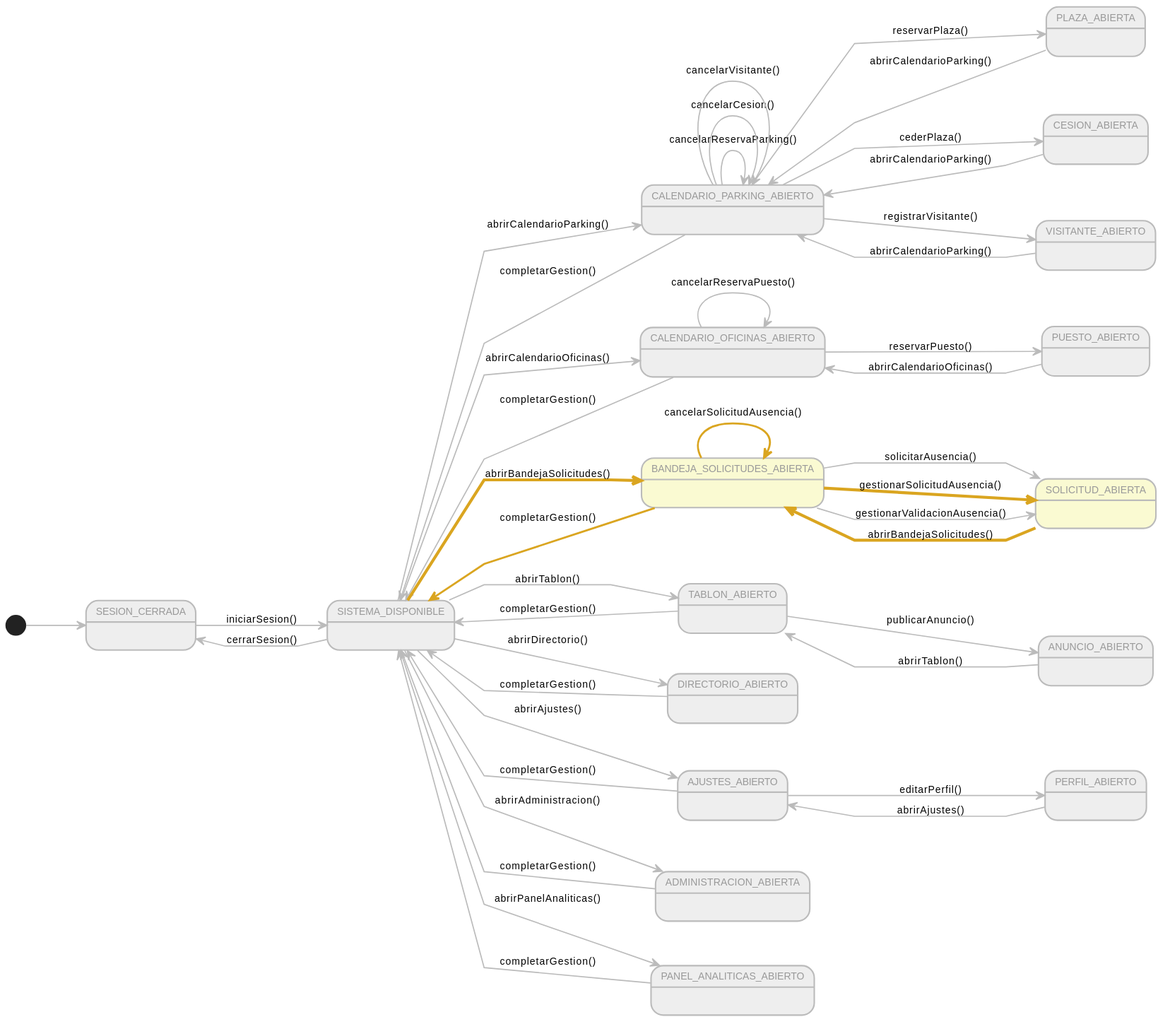
lostal/seven-suite keeps this PlantUML diagram as modelosUML/svg/contextoSolicitud.svg. Above is the earlier version. Source of this version:
```plantuml
@startuml
left to right direction
skinparam linetype polyline
skinparam defaultFontName Arial
skinparam defaultFontSize 10
skinparam stateBorderThickness 1.5
skinparam arrowThickness 1.2
skinparam arrowColor #BBBBBB
skinparam stateBackgroundColor #EEEEEE
skinparam stateBorderColor #BBBBBB
skinparam stateFontColor #999999

state "SESION_CERRADA" as SinAuth #EEEEEE
state "SISTEMA_DISPONIBLE" as Menu #EEEEEE

state "CALENDARIO_PARKING_ABIERTO" as CalParking #EEEEEE
state "PLAZA_ABIERTA" as EditPlaza #EEEEEE
state "CESION_ABIERTA" as EditCesion #EEEEEE
state "VISITANTE_ABIERTO" as EditVisitante #EEEEEE
state "CALENDARIO_OFICINAS_ABIERTO" as CalOficinas #EEEEEE
state "PUESTO_ABIERTO" as EditPuesto #EEEEEE
state "BANDEJA_SOLICITUDES_ABIERTA" as Bandeja #LightGoldenRodYellow
state "SOLICITUD_ABIERTA" as EditSolicitud #LightGoldenRodYellow
state "TABLON_ABIERTO" as Tablon #EEEEEE
state "ANUNCIO_ABIERTO" as EditAnuncio #EEEEEE
state "DIRECTORIO_ABIERTO" as Directorio #EEEEEE
state "AJUSTES_ABIERTO" as Ajustes #EEEEEE
state "PERFIL_ABIERTO" as EditPerfil #EEEEEE
state "ADMINISTRACION_ABIERTA" as Admin #EEEEEE
state "PANEL_ANALITICAS_ABIERTO" as Panel #EEEEEE

[*] --> SinAuth

SinAuth -[#BBBBBB]-> Menu : iniciarSesion()

Menu -[#BBBBBB]-> SinAuth : cerrarSesion()
Menu -[#BBBBBB]-> CalParking   : abrirCalendarioParking()
Menu -[#BBBBBB]-> CalOficinas  : abrirCalendarioOficinas()
Menu -[#DAA520,thickness=3]-> Bandeja      : abrirBandejaSolicitudes()
Menu -[#BBBBBB]-> Tablon       : abrirTablon()
Menu -[#BBBBBB]-> Directorio   : abrirDirectorio()
Menu -[#BBBBBB]-> Ajustes      : abrirAjustes()
Menu -[#BBBBBB]-> Admin        : abrirAdministracion()
Menu -[#BBBBBB]-> Panel        : abrirPanelAnaliticas()

CalParking   -[#BBBBBB]-> EditPlaza      : reservarPlaza()
CalParking   -[#BBBBBB]-> EditCesion     : cederPlaza()
CalParking   -[#BBBBBB]-> EditVisitante  : registrarVisitante()
CalParking   -[#BBBBBB]-> CalParking     : cancelarReservaParking()
CalParking   -[#BBBBBB]-> CalParking     : cancelarCesion()
CalParking   -[#BBBBBB]-> CalParking     : cancelarVisitante()

EditPlaza      -[#BBBBBB]-> CalParking   : abrirCalendarioParking()
EditCesion     -[#BBBBBB]-> CalParking   : abrirCalendarioParking()
EditVisitante  -[#BBBBBB]-> CalParking   : abrirCalendarioParking()

CalOficinas  -[#BBBBBB]-> EditPuesto     : reservarPuesto()
CalOficinas  -[#BBBBBB]-> CalOficinas    : cancelarReservaPuesto()

EditPuesto    -[#BBBBBB]-> CalOficinas   : abrirCalendarioOficinas()

Bandeja      -[#BBBBBB]-> EditSolicitud  : solicitarAusencia()
Bandeja      -[#DAA520,thickness=3]-> EditSolicitud  : gestionarSolicitudAusencia()
Bandeja      -[#BBBBBB]-> EditSolicitud  : gestionarValidacionAusencia()
Bandeja      -[#DAA520,thickness=2]-> Bandeja        : cancelarSolicitudAusencia()

EditSolicitud -[#DAA520,thickness=3]-> Bandeja       : abrirBandejaSolicitudes()

Tablon       -[#BBBBBB]-> EditAnuncio    : publicarAnuncio()

EditAnuncio   -[#BBBBBB]-> Tablon        : abrirTablon()

Ajustes      -[#BBBBBB]-> EditPerfil     : editarPerfil()

EditPerfil    -[#BBBBBB]-> Ajustes       : abrirAjustes()

CalParking   -[#BBBBBB]-> Menu : completarGestion()
CalOficinas  -[#BBBBBB]-> Menu : completarGestion()
Bandeja      -[#DAA520,thickness=2]-> Menu : completarGestion()
Tablon       -[#BBBBBB]-> Menu : completarGestion()
Directorio   -[#BBBBBB]-> Menu : completarGestion()
Ajustes      -[#BBBBBB]-> Menu : completarGestion()
Admin        -[#BBBBBB]-> Menu : completarGestion()
Panel        -[#BBBBBB]-> Menu : completarGestion()
@enduml
```
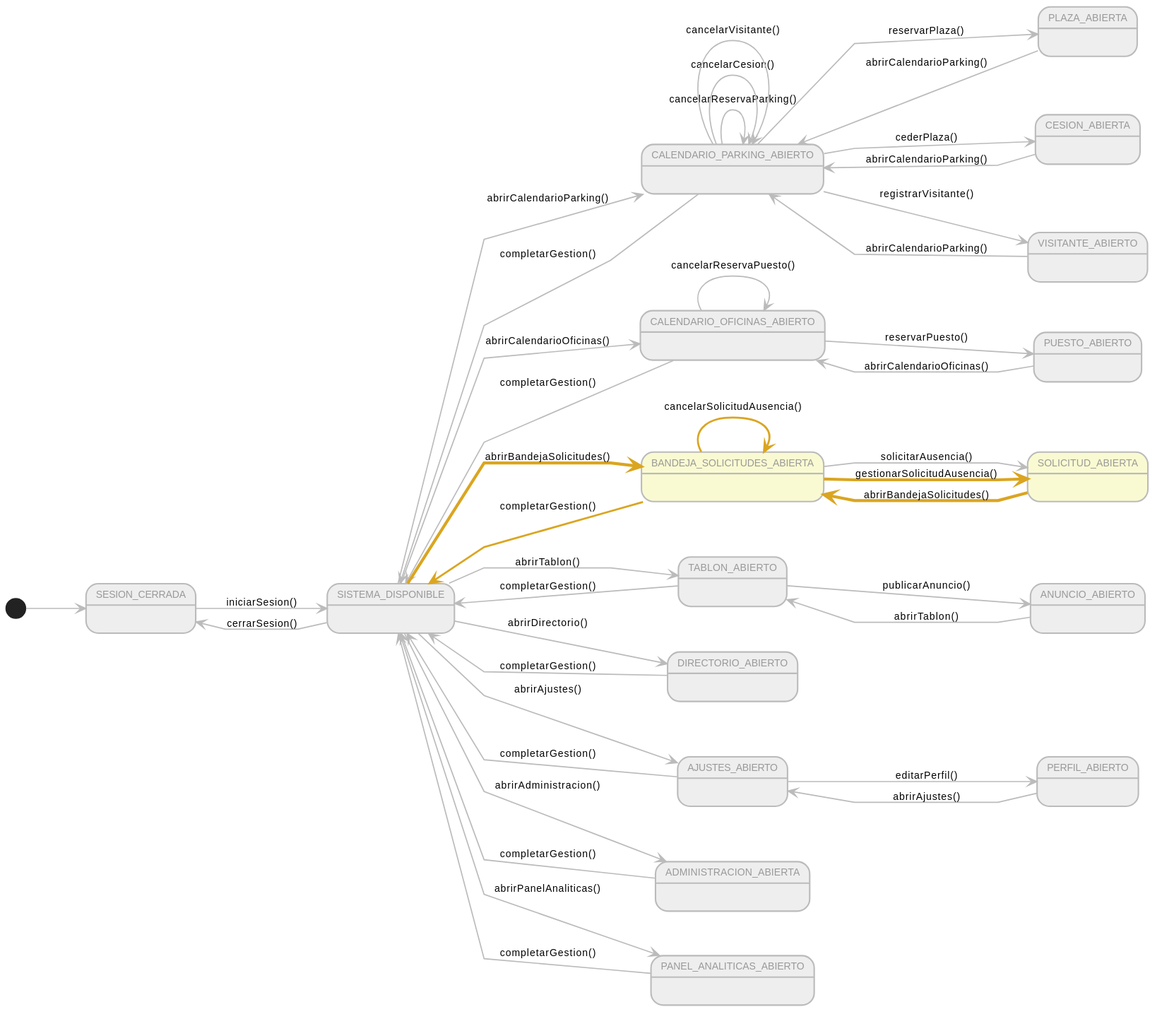
Later version of the same file.

What changed in the source:
```diff
@@ -1,4 +1,6 @@
 @startuml
+skinparam backgroundColor #FFFFFF
+
 left to right direction
 skinparam linetype polyline
 skinparam defaultFontName Arial
@@ -61,7 +63,6 @@
 
 Bandeja      -[#BBBBBB]-> EditSolicitud  : solicitarAusencia()
 Bandeja      -[#DAA520,thickness=3]-> EditSolicitud  : gestionarSolicitudAusencia()
-Bandeja      -[#BBBBBB]-> EditSolicitud  : gestionarValidacionAusencia()
 Bandeja      -[#DAA520,thickness=2]-> Bandeja        : cancelarSolicitudAusencia()
 
 EditSolicitud -[#DAA520,thickness=3]-> Bandeja       : abrirBandejaSolicitudes()
```
